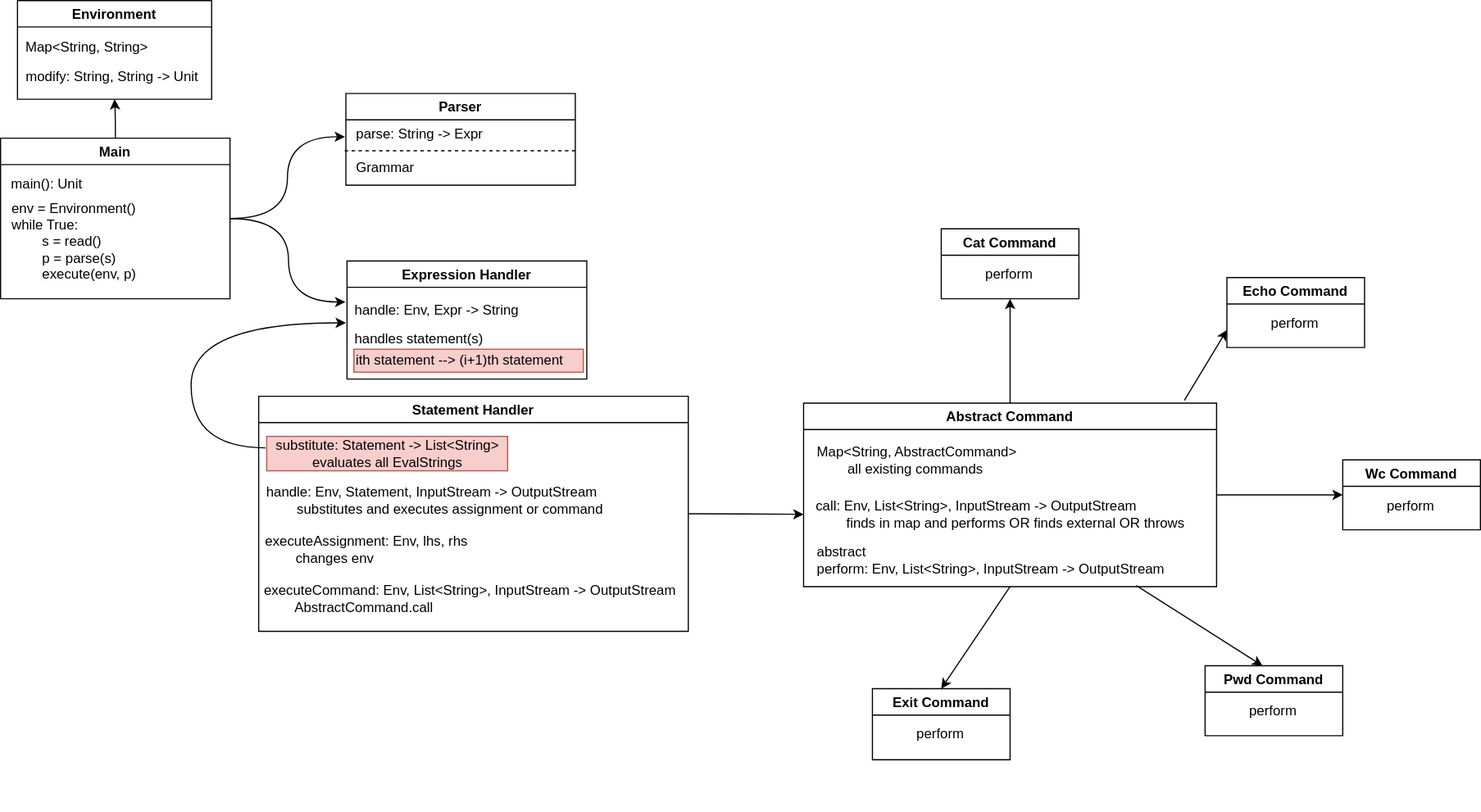
Before: hw01/hw01.svg, a diagram exported from draw.io (kibrq/sd-practice). Source tidied: cells renumbered, new cells last; positions are measured from the earlier drawing's top-left corner, leaving out a move shared by most shapes.
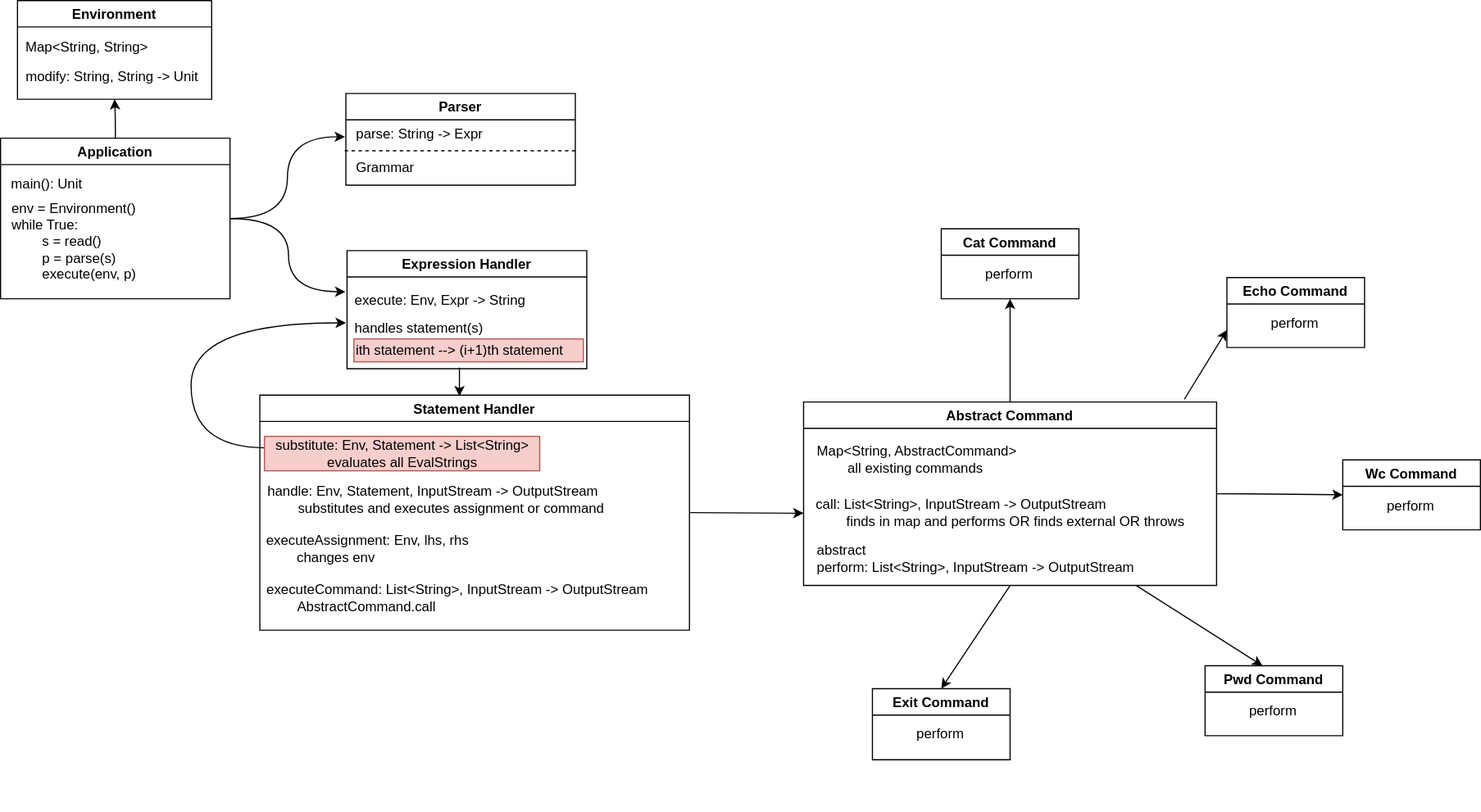
The same file after the commit.

Diff of the diagram source:
```diff
@@ -11,7 +11,7 @@
     <mxCell id="4" style="edgeStyle=orthogonalEdgeStyle;curved=1;jettySize=auto;html=1;entryX=0.5;entryY=1;entryDx=0;entryDy=0;" parent="1" edge="1" source="5" target="24">
       <mxGeometry relative="1" as="geometry" />
     </mxCell>
-    <mxCell id="5" value="Main" style="swimlane;" parent="1" vertex="1">
+    <mxCell id="5" value="Application" style="swimlane;" parent="1" vertex="1">
       <mxGeometry y="120" width="200" height="140" as="geometry" />
     </mxCell>
     <mxCell id="6" value="main(): Unit" style="text;html=1;align=center;verticalAlign=middle;strokeColor=none;fillColor=none;" parent="5" vertex="1">
@@ -42,24 +42,16 @@
       <mxGeometry width="130" height="20" as="geometry" />
     </mxCell>
     <mxCell id="14" value="Expression Handler" style="swimlane;" parent="1" vertex="1">
-      <mxGeometry x="302" y="227" width="209" height="103" as="geometry" />
+      <mxGeometry x="302" y="218" width="209" height="103" as="geometry" />
     </mxCell>
-    <mxCell id="15" value="handle:&amp;nbsp;Env,&amp;nbsp;Expr -&amp;gt; String" style="text;html=1;align=center;verticalAlign=middle;strokeColor=none;fillColor=none;" parent="14" vertex="1">
-      <mxGeometry x="-2" y="33" width="160" height="20" as="geometry" />
-    </mxCell>
     <mxCell id="16" value="handles statement(s)" style="text;html=1;align=left;verticalAlign=middle;strokeColor=none;fillColor=none;" parent="14" vertex="1">
       <mxGeometry x="5" y="58" width="130" height="20" as="geometry" />
     </mxCell>
     <mxCell id="17" value="ith statement --&amp;gt; (i+1)th statement" style="text;html=1;align=left;verticalAlign=middle;strokeColor=#b85450;fillColor=#f8cecc;" parent="14" vertex="1">
       <mxGeometry x="6" y="77" width="200" height="20" as="geometry" />
     </mxCell>
-    <mxCell id="18" style="edgeStyle=orthogonalEdgeStyle;curved=1;jettySize=auto;html=1;" parent="1" edge="1" source="19">
-      <mxGeometry relative="1" as="geometry">
-        <mxPoint x="700" y="448" as="targetPoint" />
-      </mxGeometry>
-    </mxCell>
     <mxCell id="19" value="Statement Handler" style="swimlane;" parent="1" vertex="1">
-      <mxGeometry x="225" y="345" width="374.5" height="205" as="geometry" />
+      <mxGeometry x="226" y="344" width="374.5" height="205" as="geometry" />
     </mxCell>
     <mxCell id="20" value="executeAssignment: Env, lhs, rhs&lt;br&gt;&lt;span style=&quot;white-space: pre&quot;&gt;&#9;&lt;/span&gt;changes env" style="text;html=1;align=left;verticalAlign=middle;strokeColor=none;fillColor=none;" parent="19" vertex="1">
       <mxGeometry x="3.5" y="119" width="190" height="30" as="geometry" />
@@ -67,8 +59,8 @@
     <mxCell id="21" value="handle:&amp;nbsp;&lt;span style=&quot;text-align: center&quot;&gt;Env, Statement, InputStream -&amp;gt; OutputStream&lt;br&gt;&lt;span style=&quot;white-space: pre&quot;&gt;&#9;&lt;/span&gt;substitutes and executes assignment or command&lt;br&gt;&lt;/span&gt;" style="text;html=1;align=left;verticalAlign=middle;strokeColor=none;fillColor=none;" parent="19" vertex="1">
       <mxGeometry x="4.5" y="76" width="310" height="30" as="geometry" />
     </mxCell>
-    <mxCell id="22" value="&lt;div style=&quot;text-align: left&quot;&gt;&lt;span&gt;executeCommand: Env, List&amp;lt;String&amp;gt;, InputStream -&amp;gt; OutputStream&lt;/span&gt;&lt;/div&gt;&lt;div style=&quot;text-align: left&quot;&gt;&lt;span&gt;&lt;span style=&quot;white-space: pre&quot;&gt;&#9;&lt;/span&gt;AbstractCommand.call&lt;br&gt;&lt;/span&gt;&lt;/div&gt;" style="text;html=1;align=center;verticalAlign=middle;strokeColor=none;fillColor=none;" parent="19" vertex="1">
-      <mxGeometry x="-1.5" y="162" width="370" height="30" as="geometry" />
+    <mxCell id="22" value="&lt;div style=&quot;text-align: left&quot;&gt;&lt;span&gt;executeCommand: List&amp;lt;String&amp;gt;, InputStream -&amp;gt; OutputStream&lt;/span&gt;&lt;/div&gt;&lt;div style=&quot;text-align: left&quot;&gt;&lt;span&gt;&lt;span style=&quot;white-space: pre&quot;&gt;&#9;&lt;/span&gt;AbstractCommand.call&lt;br&gt;&lt;/span&gt;&lt;/div&gt;" style="text;html=1;align=center;verticalAlign=middle;strokeColor=none;fillColor=none;" parent="19" vertex="1">
+      <mxGeometry x="-3.5" y="162" width="350" height="30" as="geometry" />
     </mxCell>
     <mxCell id="23" style="group;" parent="1" vertex="1">
       <mxGeometry x="14" width="170" height="86" as="geometry" />
@@ -92,8 +84,8 @@
         </Array>
       </mxGeometry>
     </mxCell>
-    <mxCell id="28" value="substitute: Statement -&amp;gt; List&amp;lt;String&amp;gt;&lt;br&gt;evaluates all EvalStrings" style="text;html=1;align=center;verticalAlign=middle;strokeColor=#b85450;fillColor=#f8cecc;" parent="1" vertex="1">
-      <mxGeometry x="232" y="380" width="210" height="30" as="geometry" />
+    <mxCell id="28" value="substitute: Env, Statement -&amp;gt; List&amp;lt;String&amp;gt;&lt;br&gt;evaluates all EvalStrings" style="text;html=1;align=center;verticalAlign=middle;strokeColor=#b85450;fillColor=#f8cecc;" parent="1" vertex="1">
+      <mxGeometry x="230" y="380" width="240" height="30" as="geometry" />
     </mxCell>
     <mxCell id="29" value="Cat Command" style="swimlane;" parent="1" vertex="1">
       <mxGeometry x="820" y="199" width="120" height="61" as="geometry" />
@@ -141,7 +133,7 @@
       <mxGeometry x="29" y="30" width="60" height="20" as="geometry" />
     </mxCell>
     <mxCell id="44" style="group;" parent="1" vertex="1">
-      <mxGeometry x="700" y="351" width="369" height="160" as="geometry" />
+      <mxGeometry x="700" y="350" width="369" height="160" as="geometry" />
     </mxCell>
     <mxCell id="45" value="Abstract Command" style="swimlane;" parent="44" vertex="1">
       <mxGeometry width="360" height="160" as="geometry" />
@@ -149,11 +141,11 @@
     <mxCell id="46" value="Map&amp;lt;String, AbstractCommand&amp;gt;&lt;br&gt;&lt;span style=&quot;white-space: pre&quot;&gt;&#9;&lt;/span&gt;all existing commands" style="text;html=1;align=left;verticalAlign=middle;strokeColor=none;fillColor=none;" parent="45" vertex="1">
       <mxGeometry x="10" y="35" width="190" height="30" as="geometry" />
     </mxCell>
-    <mxCell id="47" value="call:&amp;nbsp;&lt;span&gt;Env, List&amp;lt;String&amp;gt;, InputStream -&amp;gt; OutputStream&lt;br&gt;&lt;span style=&quot;white-space: pre&quot;&gt;&#9;&lt;/span&gt;finds in map and performs OR finds external OR throws&lt;br&gt;&lt;/span&gt;" style="text;html=1;align=left;verticalAlign=middle;strokeColor=none;fillColor=none;" parent="45" vertex="1">
+    <mxCell id="47" value="call:&lt;span&gt;&amp;nbsp;List&amp;lt;String&amp;gt;, InputStream -&amp;gt; OutputStream&lt;br&gt;&lt;span style=&quot;white-space: pre&quot;&gt;&#9;&lt;/span&gt;finds in map and performs OR finds external OR throws&lt;br&gt;&lt;/span&gt;" style="text;html=1;align=left;verticalAlign=middle;strokeColor=none;fillColor=none;" parent="45" vertex="1">
       <mxGeometry x="9" y="82" width="340" height="30" as="geometry" />
     </mxCell>
-    <mxCell id="48" value="abstract&lt;br&gt;perform:&amp;nbsp;&lt;span&gt;Env, List&amp;lt;String&amp;gt;, InputStream -&amp;gt; OutputStream&lt;/span&gt;" style="text;html=1;align=left;verticalAlign=middle;strokeColor=none;fillColor=none;" parent="45" vertex="1">
-      <mxGeometry x="10" y="122" width="320" height="30" as="geometry" />
+    <mxCell id="48" value="abstract&lt;br&gt;perform:&lt;span&gt;&amp;nbsp;List&amp;lt;String&amp;gt;, InputStream -&amp;gt; OutputStream&lt;/span&gt;" style="text;html=1;align=left;verticalAlign=middle;strokeColor=none;fillColor=none;" parent="45" vertex="1">
+      <mxGeometry x="10" y="122" width="290" height="30" as="geometry" />
     </mxCell>
     <mxCell id="49" style="edgeStyle=orthogonalEdgeStyle;curved=1;jettySize=auto;html=1;entryX=0.5;entryY=1;entryDx=0;entryDy=0;" parent="1" edge="1" source="45" target="29">
       <mxGeometry relative="1" as="geometry" />
@@ -172,5 +164,19 @@
         <mxPoint x="990" y="510" as="sourcePoint" />
       </mxGeometry>
     </mxCell>
+    <mxCell id="15" value="execute:&amp;nbsp;Env,&amp;nbsp;Expr -&amp;gt; String" style="text;html=1;align=center;verticalAlign=middle;strokeColor=none;fillColor=none;" parent="1" vertex="1">
+      <mxGeometry x="303" y="252" width="160" height="20" as="geometry" />
+    </mxCell>
+    <mxCell id="54" style="endArrow=classic;html=1;curved=1;" parent="1" edge="1">
+      <mxGeometry relative="1" as="geometry">
+        <mxPoint x="400" y="320" as="sourcePoint" />
+        <mxPoint x="400" y="345" as="targetPoint" />
+      </mxGeometry>
+    </mxCell>
+    <mxCell id="55" style="endArrow=classic;html=1;rounded=0;exitX=1;exitY=0.5;exitDx=0;exitDy=0;" parent="1" edge="1" source="19">
+      <mxGeometry relative="1" as="geometry">
+        <mxPoint x="700" y="447" as="targetPoint" />
+      </mxGeometry>
+    </mxCell>
   </root>
 </mxGraphModel>
```
